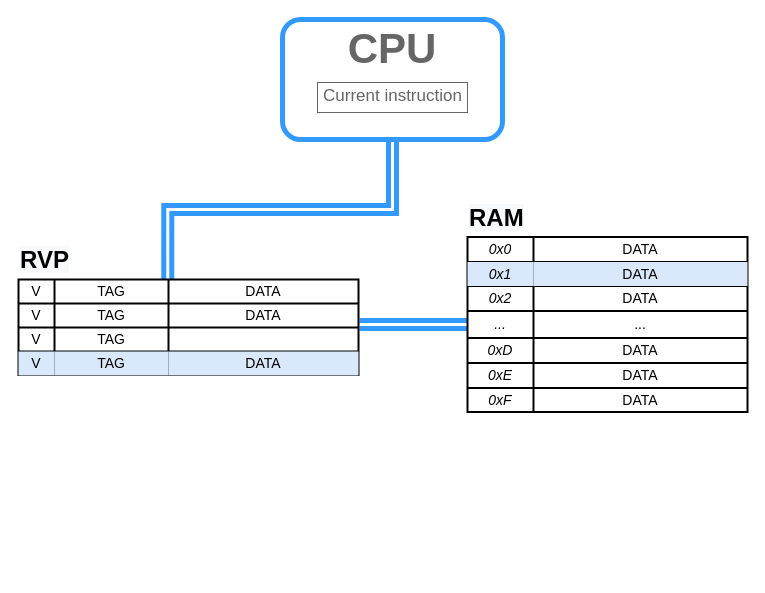
The draw.io diagram doc/models/two_way_rvp.drawio in mrazekv-students/bp22_cpu_perina, before the edit. Source tidied: cells renumbered, new cells numbered last; positions are measured from the earlier drawing's top-left corner, leaving out a move shared by most shapes. Both pictures are drawn from the tidied source at 100%, with x=0, y=0 at pixel (18, 19).
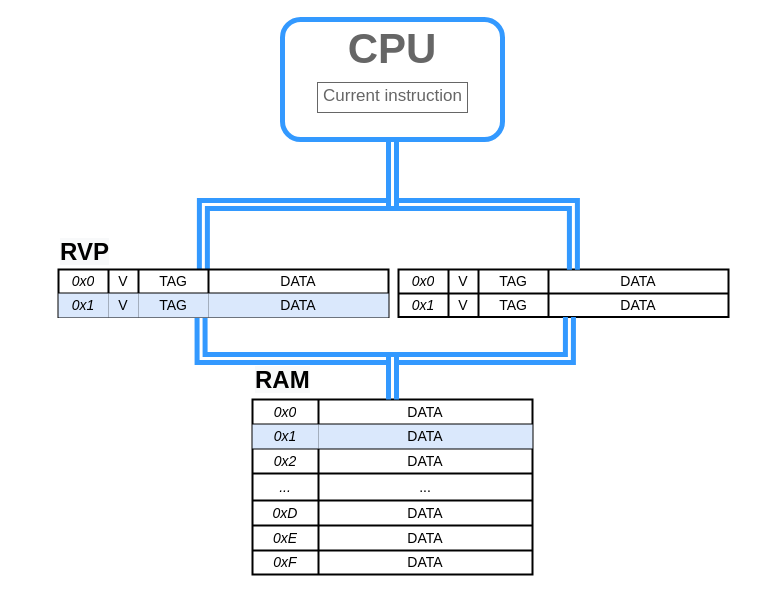
The same diagram, later.

Unchanged cells that the change refers to:
```xml
<mxCell id="3" style="rounded=1;whiteSpace=wrap;html=1;fontFamily=Helvetica;fontSize=38;fontColor=#4C0099;align=left;verticalAlign=middle;strokeWidth=5;strokeColor=#3399FF;" parent="1" vertex="1">
  <mxGeometry x="264" width="220" height="120" as="geometry" />
</mxCell>
<mxCell id="17" style="shape=partialRectangle;html=1;whiteSpace=wrap;fillColor=none;top=0;left=0;bottom=0;right=0;points=[[0,0.5],[1,0.5]];portConstraint=eastwest;fontSize=14;strokeColor=default;strokeWidth=2;" parent="7" vertex="1">
  <mxGeometry y="74" width="280" height="27" as="geometry" />
</mxCell>
```

The edit, as a diff of the source:
```diff
@@
-    <mxCell id="6" style="edgeStyle=orthogonalEdgeStyle;rounded=0;jettySize=auto;html=1;entryX=0;entryY=0.5;entryDx=0;entryDy=0;fontFamily=Helvetica;fontSize=38;fontColor=#000000;shape=link;strokeWidth=5;targetPerimeterSpacing=0;endSize=6;strokeColor=#3399FF;exitX=1.003;exitY=0.875;exitDx=0;exitDy=0;exitPerimeter=0;" parent="1" edge="1" source="35" target="17">
+    <mxCell id="6" style="edgeStyle=orthogonalEdgeStyle;rounded=0;jettySize=auto;html=1;fontFamily=Helvetica;fontSize=38;fontColor=#000000;shape=link;strokeWidth=5;targetPerimeterSpacing=0;endSize=6;strokeColor=#3399FF;exitX=0.432;exitY=0.982;exitDx=0;exitDy=0;exitPerimeter=0;entryX=0.5;entryY=0;entryDx=0;entryDy=0;" parent="1" edge="1" source="43" target="7">
       <mxGeometry relative="1" as="geometry" />
     </mxCell>
     <mxCell id="7" style="shape=table;html=1;whiteSpace=wrap;startSize=0;childLayout=tableLayout;fontSize=14;strokeColor=default;strokeWidth=2;fillColor=default;gradientColor=none;" parent="1" vertex="1">
-      <mxGeometry x="449" y="217.5" width="280" height="175" as="geometry" />
+      <mxGeometry x="234" y="380" width="280" height="175" as="geometry" />
     </mxCell>
@@
     <mxCell id="29" value="&lt;span style=&quot;color: rgb(0, 0, 0); font-family: helvetica; font-size: 24px; font-style: normal; font-weight: 700; letter-spacing: normal; text-align: center; text-indent: 0px; text-transform: none; word-spacing: 0px; background-color: rgb(248, 249, 250); display: inline; float: none;&quot;&gt;RAM&lt;/span&gt;" style="text;whiteSpace=wrap;html=1;fontSize=14;" parent="1" vertex="1">
-      <mxGeometry x="449" y="177.5" width="281" height="40" as="geometry" />
+      <mxGeometry x="234.5" y="340" width="281" height="40" as="geometry" />
     </mxCell>
     <mxCell id="30" style="shape=table;html=1;whiteSpace=wrap;startSize=0;childLayout=tableLayout;fontSize=14;strokeColor=default;strokeWidth=2;fillColor=none;gradientColor=none;" parent="1" vertex="1">
-      <mxGeometry y="260" width="340" height="95.5" as="geometry" />
+      <mxGeometry x="40" y="250" width="330" height="47.5" as="geometry" />
     </mxCell>
     <mxCell id="31" style="shape=partialRectangle;html=1;whiteSpace=wrap;fillColor=none;top=0;left=0;bottom=0;right=0;points=[[0,0.5],[1,0.5]];portConstraint=eastwest;fontSize=14;strokeColor=default;strokeWidth=2;" parent="30" vertex="1">
-      <mxGeometry width="340" height="24" as="geometry" />
+      <mxGeometry width="330" height="24" as="geometry" />
     </mxCell>
+    <mxCell id="48" value="0x0" style="shape=partialRectangle;html=1;whiteSpace=wrap;fillColor=none;top=0;left=0;bottom=0;right=0;overflow=hidden;fontSize=14;strokeColor=default;strokeWidth=2;fontStyle=2;" parent="31" vertex="1">
+      <mxGeometry width="50" height="24" as="geometry" />
+    </mxCell>
     <mxCell id="32" value="V" style="shape=partialRectangle;html=1;whiteSpace=wrap;fillColor=none;top=0;left=0;bottom=0;right=0;overflow=hidden;fontSize=14;strokeColor=default;strokeWidth=2;" parent="31" vertex="1">
-      <mxGeometry width="36" height="24" as="geometry" />
+      <mxGeometry x="50" width="30" height="24" as="geometry" />
     </mxCell>
     <mxCell id="33" value="TAG" style="shape=partialRectangle;html=1;whiteSpace=wrap;fillColor=none;top=0;left=0;bottom=0;right=0;overflow=hidden;fontSize=14;strokeColor=default;strokeWidth=2;" parent="31" vertex="1">
-      <mxGeometry x="36" width="114" height="24" as="geometry" />
+      <mxGeometry x="80" width="70" height="24" as="geometry" />
     </mxCell>
     <mxCell id="34" value="DATA" style="shape=partialRectangle;html=1;whiteSpace=wrap;fillColor=none;top=0;left=0;bottom=0;right=0;overflow=hidden;fontSize=14;strokeColor=default;strokeWidth=2;" parent="31" vertex="1">
-      <mxGeometry x="150" width="190" height="24" as="geometry" />
+      <mxGeometry x="150" width="180" height="24" as="geometry" />
     </mxCell>
-    <mxCell id="35" style="shape=partialRectangle;html=1;whiteSpace=wrap;fillColor=none;top=0;left=0;bottom=0;right=0;points=[[0,0.5],[1,0.5]];portConstraint=eastwest;fontSize=14;strokeColor=default;strokeWidth=2;" parent="30" vertex="1">
-      <mxGeometry y="24" width="340" height="24" as="geometry" />
-    </mxCell>
-    <mxCell id="36" value="V" style="shape=partialRectangle;html=1;whiteSpace=wrap;fillColor=none;top=0;left=0;bottom=0;right=0;overflow=hidden;fontSize=14;strokeColor=default;strokeWidth=2;" parent="35" vertex="1">
-      <mxGeometry width="36" height="24" as="geometry" />
-    </mxCell>
-    <mxCell id="37" value="TAG" style="shape=partialRectangle;html=1;whiteSpace=wrap;fillColor=none;top=0;left=0;bottom=0;right=0;overflow=hidden;fontSize=14;strokeColor=default;strokeWidth=2;" parent="35" vertex="1">
-      <mxGeometry x="36" width="114" height="24" as="geometry" />
-    </mxCell>
-    <mxCell id="38" value="DATA" style="shape=partialRectangle;html=1;whiteSpace=wrap;fillColor=none;top=0;left=0;bottom=0;right=0;overflow=hidden;fontSize=14;strokeColor=default;strokeWidth=2;" parent="35" vertex="1">
-      <mxGeometry x="150" width="190" height="24" as="geometry" />
-    </mxCell>
-    <mxCell id="39" style="shape=partialRectangle;html=1;whiteSpace=wrap;fillColor=none;top=0;left=0;bottom=0;right=0;fontSize=14;strokeColor=default;strokeWidth=2;" parent="30" vertex="1">
-      <mxGeometry y="48" width="340" height="24" as="geometry" />
-    </mxCell>
-    <mxCell id="40" value="V" style="shape=partialRectangle;html=1;whiteSpace=wrap;fillColor=none;top=0;left=0;bottom=0;right=0;overflow=hidden;fontSize=14;strokeColor=default;strokeWidth=2;" parent="39" vertex="1">
-      <mxGeometry width="36" height="24" as="geometry" />
-    </mxCell>
-    <mxCell id="41" value="TAG" style="shape=partialRectangle;html=1;whiteSpace=wrap;fillColor=none;top=0;left=0;bottom=0;right=0;overflow=hidden;fontSize=14;strokeColor=default;strokeWidth=2;" parent="39" vertex="1">
-      <mxGeometry x="36" width="114" height="24" as="geometry" />
-    </mxCell>
-    <mxCell id="42" style="shape=partialRectangle;html=1;whiteSpace=wrap;fillColor=none;top=0;left=0;bottom=0;right=0;overflow=hidden;fontSize=14;strokeColor=default;strokeWidth=2;" parent="39" vertex="1">
-      <mxGeometry x="150" width="190" height="24" as="geometry" />
-    </mxCell>
     <mxCell id="43" style="shape=partialRectangle;html=1;whiteSpace=wrap;fillColor=none;top=0;left=0;bottom=0;right=0;points=[[0,0.5],[1,0.5]];portConstraint=eastwest;fontSize=14;strokeColor=default;strokeWidth=2;" parent="30" vertex="1">
-      <mxGeometry y="72" width="340" height="24" as="geometry" />
+      <mxGeometry y="24" width="330" height="24" as="geometry" />
     </mxCell>
+    <mxCell id="49" value="0x1" style="shape=partialRectangle;html=1;whiteSpace=wrap;fillColor=#dae8fc;top=0;left=0;bottom=0;right=0;overflow=hidden;fontSize=14;strokeColor=#6c8ebf;strokeWidth=2;fontStyle=2;" parent="43" vertex="1">
+      <mxGeometry width="50" height="24" as="geometry" />
+    </mxCell>
     <mxCell id="44" value="V" style="shape=partialRectangle;html=1;whiteSpace=wrap;fillColor=#dae8fc;top=0;left=0;bottom=0;right=0;overflow=hidden;fontSize=14;strokeColor=#6c8ebf;strokeWidth=2;" parent="43" vertex="1">
-      <mxGeometry width="36" height="24" as="geometry" />
+      <mxGeometry x="50" width="30" height="24" as="geometry" />
     </mxCell>
     <mxCell id="45" value="TAG" style="shape=partialRectangle;html=1;whiteSpace=wrap;fillColor=#dae8fc;top=0;left=0;bottom=0;right=0;overflow=hidden;fontSize=14;strokeColor=#6c8ebf;strokeWidth=2;" parent="43" vertex="1">
-      <mxGeometry x="36" width="114" height="24" as="geometry" />
+      <mxGeometry x="80" width="70" height="24" as="geometry" />
     </mxCell>
     <mxCell id="46" value="DATA" style="shape=partialRectangle;html=1;whiteSpace=wrap;fillColor=#dae8fc;top=0;left=0;bottom=0;right=0;overflow=hidden;fontSize=14;strokeColor=#6c8ebf;strokeWidth=2;" parent="43" vertex="1">
-      <mxGeometry x="150" width="190" height="24" as="geometry" />
+      <mxGeometry x="150" width="180" height="24" as="geometry" />
     </mxCell>
     <mxCell id="47" value="&lt;span style=&quot;color: rgb(0 , 0 , 0) ; font-family: &amp;#34;helvetica&amp;#34; ; font-size: 24px ; font-style: normal ; font-weight: 700 ; letter-spacing: normal ; text-align: center ; text-indent: 0px ; text-transform: none ; word-spacing: 0px ; background-color: rgb(248 , 249 , 250) ; display: inline ; float: none&quot;&gt;RVP&lt;/span&gt;" style="text;whiteSpace=wrap;html=1;fontSize=14;" parent="1" vertex="1">
-      <mxGeometry y="220" width="330" height="38" as="geometry" />
+      <mxGeometry x="40" y="212" width="670" height="38" as="geometry" />
     </mxCell>
+    <mxCell id="50" style="shape=table;html=1;whiteSpace=wrap;startSize=0;childLayout=tableLayout;fontSize=14;strokeColor=default;strokeWidth=2;fillColor=none;gradientColor=none;" parent="1" vertex="1">
+      <mxGeometry x="380" y="250" width="330" height="47.5" as="geometry" />
+    </mxCell>
+    <mxCell id="51" style="shape=partialRectangle;html=1;whiteSpace=wrap;fillColor=none;top=0;left=0;bottom=0;right=0;points=[[0,0.5],[1,0.5]];portConstraint=eastwest;fontSize=14;strokeColor=default;strokeWidth=2;" parent="50" vertex="1">
+      <mxGeometry width="330" height="24" as="geometry" />
+    </mxCell>
+    <mxCell id="52" value="0x0" style="shape=partialRectangle;html=1;whiteSpace=wrap;fillColor=none;top=0;left=0;bottom=0;right=0;overflow=hidden;fontSize=14;strokeColor=default;strokeWidth=2;fontStyle=2;" parent="51" vertex="1">
+      <mxGeometry width="50" height="24" as="geometry" />
+    </mxCell>
+    <mxCell id="53" value="V" style="shape=partialRectangle;html=1;whiteSpace=wrap;fillColor=none;top=0;left=0;bottom=0;right=0;overflow=hidden;fontSize=14;strokeColor=default;strokeWidth=2;" parent="51" vertex="1">
+      <mxGeometry x="50" width="30" height="24" as="geometry" />
+    </mxCell>
+    <mxCell id="54" value="TAG" style="shape=partialRectangle;html=1;whiteSpace=wrap;fillColor=none;top=0;left=0;bottom=0;right=0;overflow=hidden;fontSize=14;strokeColor=default;strokeWidth=2;" parent="51" vertex="1">
+      <mxGeometry x="80" width="70" height="24" as="geometry" />
+    </mxCell>
+    <mxCell id="38" value="DATA" style="shape=partialRectangle;html=1;whiteSpace=wrap;fillColor=none;top=0;left=0;bottom=0;right=0;overflow=hidden;fontSize=14;strokeColor=default;strokeWidth=2;" parent="51" vertex="1">
+      <mxGeometry x="150" width="180" height="24" as="geometry" />
+    </mxCell>
+    <mxCell id="55" style="shape=partialRectangle;html=1;whiteSpace=wrap;fillColor=none;top=0;left=0;bottom=0;right=0;points=[[0,0.5],[1,0.5]];portConstraint=eastwest;fontSize=14;strokeColor=default;strokeWidth=2;" parent="50" vertex="1">
+      <mxGeometry y="24" width="330" height="24" as="geometry" />
+    </mxCell>
+    <mxCell id="56" value="0x1" style="shape=partialRectangle;html=1;whiteSpace=wrap;top=0;left=0;bottom=0;right=0;overflow=hidden;fontSize=14;strokeWidth=2;fontStyle=2;fillColor=none;strokeColor=default;" parent="55" vertex="1">
+      <mxGeometry width="50" height="24" as="geometry" />
+    </mxCell>
+    <mxCell id="57" value="V" style="shape=partialRectangle;html=1;whiteSpace=wrap;top=0;left=0;bottom=0;right=0;overflow=hidden;fontSize=14;strokeWidth=2;fillColor=none;strokeColor=default;" parent="55" vertex="1">
+      <mxGeometry x="50" width="30" height="24" as="geometry" />
+    </mxCell>
+    <mxCell id="58" value="TAG" style="shape=partialRectangle;html=1;whiteSpace=wrap;top=0;left=0;bottom=0;right=0;overflow=hidden;fontSize=14;strokeWidth=2;fillColor=none;strokeColor=default;" parent="55" vertex="1">
+      <mxGeometry x="80" width="70" height="24" as="geometry" />
+    </mxCell>
+    <mxCell id="59" value="DATA" style="shape=partialRectangle;html=1;whiteSpace=wrap;top=0;left=0;bottom=0;right=0;overflow=hidden;fontSize=14;strokeWidth=2;fillColor=none;strokeColor=default;" parent="55" vertex="1">
+      <mxGeometry x="150" width="180" height="24" as="geometry" />
+    </mxCell>
+    <mxCell id="60" style="edgeStyle=orthogonalEdgeStyle;shape=link;rounded=0;jettySize=auto;html=1;fontSize=14;endArrow=none;endFill=0;strokeColor=#3399FF;strokeWidth=5;entryX=0.518;entryY=0.982;entryDx=0;entryDy=0;entryPerimeter=0;exitX=0.5;exitY=0;exitDx=0;exitDy=0;" parent="1" edge="1" source="7" target="55">
+      <mxGeometry relative="1" as="geometry" />
+    </mxCell>
+    <mxCell id="61" style="edgeStyle=orthogonalEdgeStyle;shape=link;rounded=0;jettySize=auto;html=1;entryX=0.5;entryY=1;entryDx=0;entryDy=0;fontSize=14;endArrow=none;endFill=0;strokeColor=#3399FF;strokeWidth=5;exitX=0.53;exitY=0.006;exitDx=0;exitDy=0;exitPerimeter=0;" parent="1" edge="1" source="51" target="3">
+      <mxGeometry relative="1" as="geometry" />
+    </mxCell>
```
